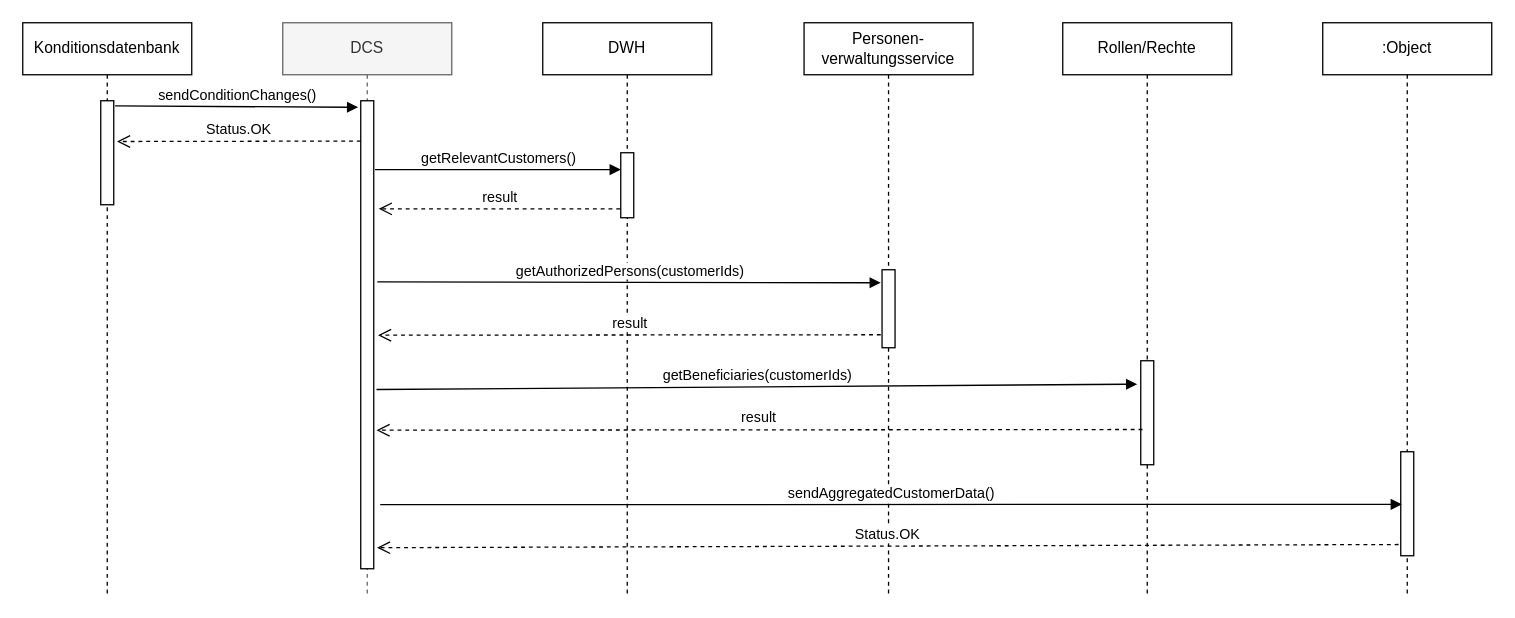
This is data_collection_sequence.drawio from stargazer74/diagramme, a draw.io file, before an edit. Source tidied: cells renumbered, new cells numbered last; positions are measured from the earlier drawing's top-left corner, leaving out a move shared by most shapes. Both pictures are drawn from the tidied source at 130%, with x=0, y=0 at pixel (22, 22).
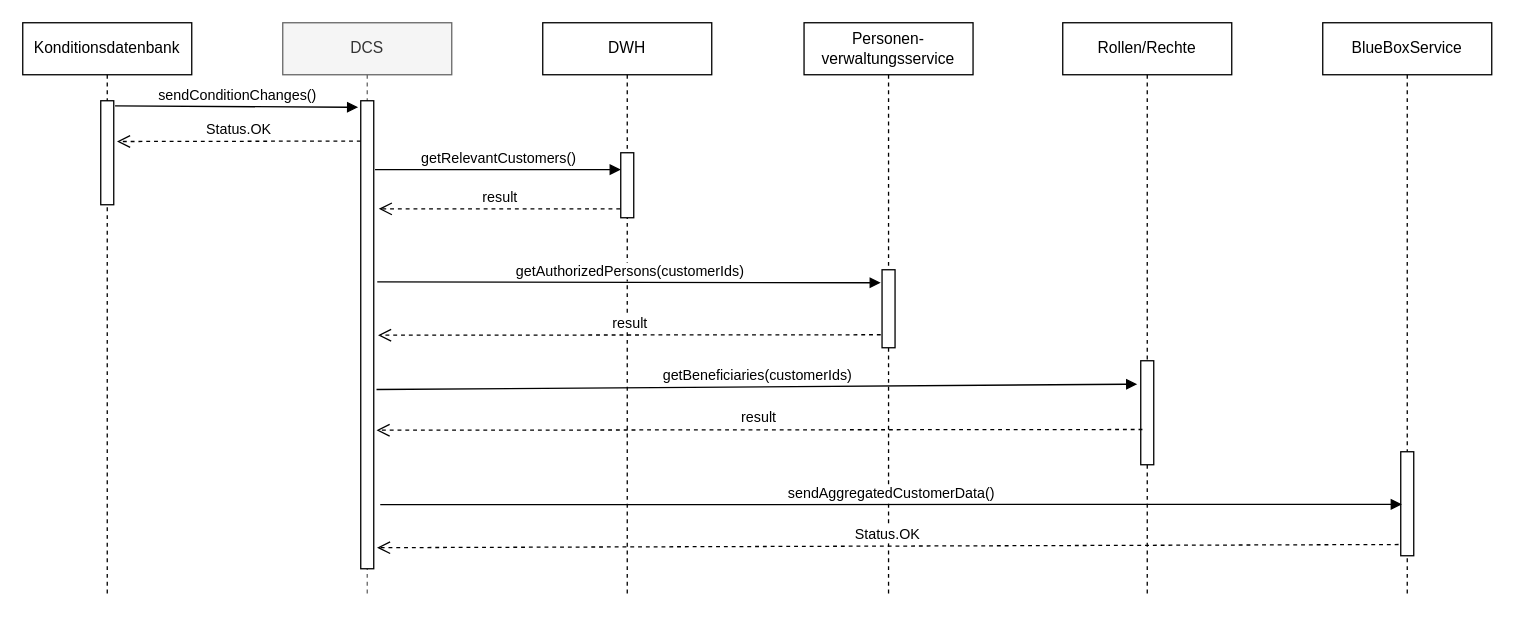
After the change.

Diff of the diagram source:
```diff
@@
-    <mxCell id="20" value=":Object" style="shape=umlLifeline;perimeter=lifelinePerimeter;whiteSpace=wrap;html=1;" parent="1" vertex="1">
+    <mxCell id="20" value="BlueBoxService" style="shape=umlLifeline;perimeter=lifelinePerimeter;whiteSpace=wrap;html=1;" parent="1" vertex="1">
       <mxGeometry x="1000" width="130" height="440" as="geometry" />
     </mxCell>
```
